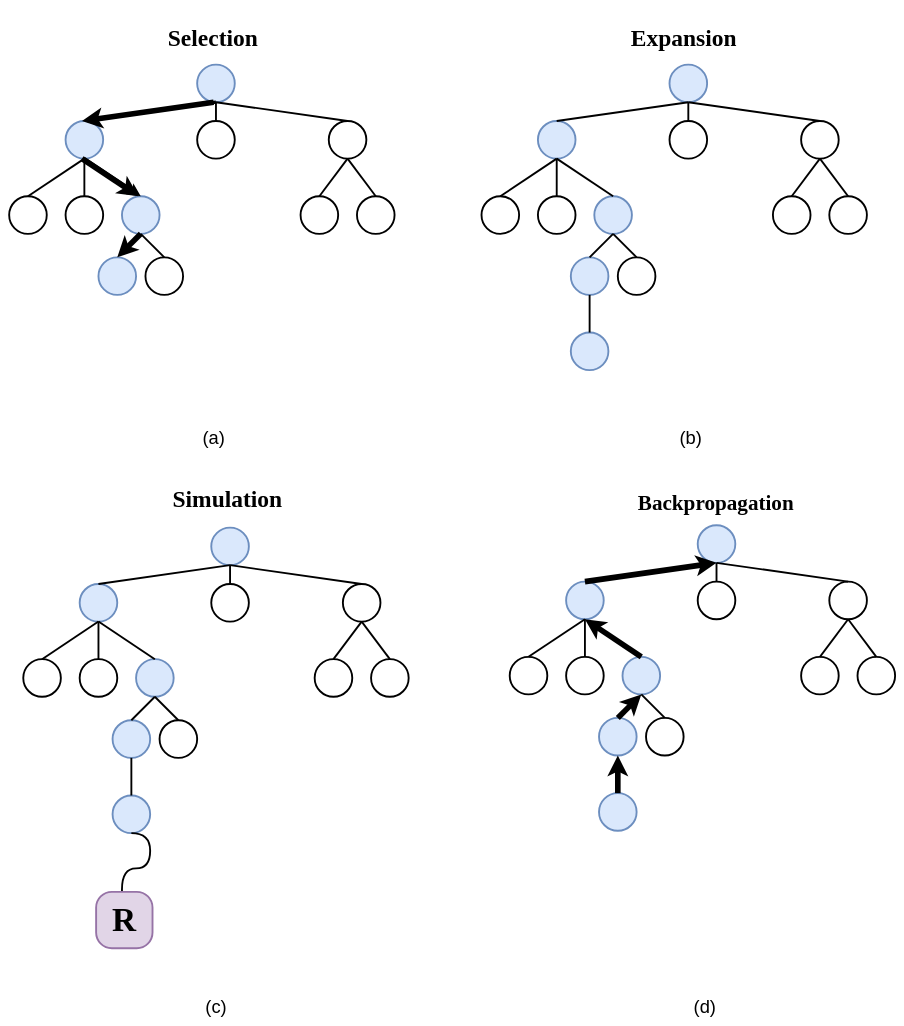
This is drafts/mcts.drawio from peiyong-addwater/QAS, a draw.io file, before an edit. Source tidied: cells renumbered, new cells numbered last; positions are measured from the earlier drawing's top-left corner, leaving out a move shared by most shapes. Both pictures are drawn from the tidied source at 47%, with x=0, y=0 at pixel (9, 13).
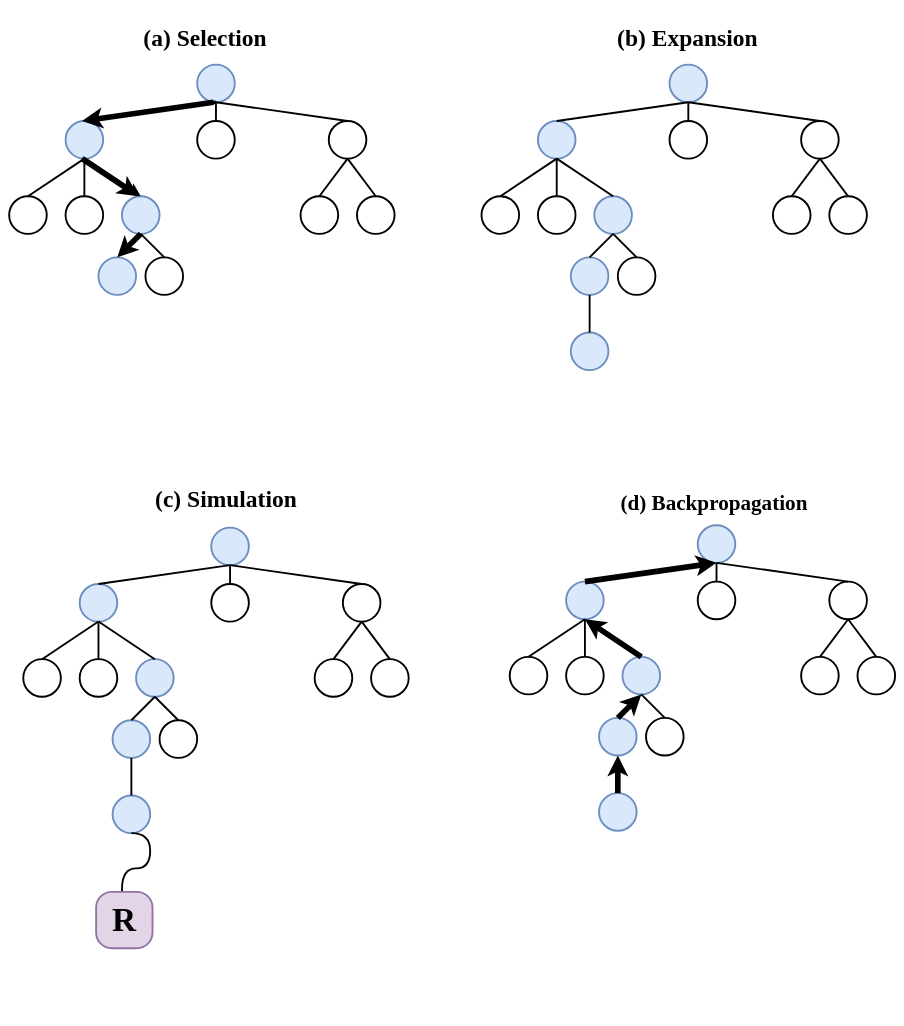
The same diagram, later.

The edit, as a diff of the source:
```diff
@@
-    <mxCell id="93" value="&lt;h1 style=&quot;font-size: 50px;&quot;&gt;&lt;font style=&quot;font-size: 50px;&quot; face=&quot;Times New Roman&quot;&gt;Selection&lt;/font&gt;&lt;/h1&gt;" style="text;html=1;strokeColor=none;fillColor=none;spacing=5;spacingTop=-20;whiteSpace=wrap;overflow=hidden;rounded=0;fontSize=50;" parent="1" vertex="1">
-      <mxGeometry x="332.5" width="215" height="90" as="geometry" />
+    <mxCell id="93" value="&lt;h1 style=&quot;font-size: 50px;&quot;&gt;&lt;font style=&quot;font-size: 50px;&quot; face=&quot;Times New Roman&quot;&gt;(a) Selection&lt;/font&gt;&lt;/h1&gt;" style="text;html=1;strokeColor=none;fillColor=none;spacing=5;spacingTop=-20;whiteSpace=wrap;overflow=hidden;rounded=0;fontSize=50;" parent="1" vertex="1">
+      <mxGeometry x="281.2" width="317.5" height="90" as="geometry" />
     </mxCell>
-    <mxCell id="94" value="&lt;h1 style=&quot;font-size: 50px;&quot;&gt;&lt;font style=&quot;font-size: 50px;&quot; face=&quot;Times New Roman&quot;&gt;Expansion&lt;/font&gt;&lt;/h1&gt;" style="text;html=1;strokeColor=none;fillColor=none;spacing=5;spacingTop=-20;whiteSpace=wrap;overflow=hidden;rounded=0;fontSize=50;" parent="1" vertex="1">
-      <mxGeometry x="1317.5" width="255" height="90" as="geometry" />
+    <mxCell id="94" value="&lt;h1 style=&quot;font-size: 50px;&quot;&gt;&lt;font style=&quot;font-size: 50px;&quot; face=&quot;Times New Roman&quot;&gt;(b) Expansion&lt;/font&gt;&lt;/h1&gt;" style="text;html=1;strokeColor=none;fillColor=none;spacing=5;spacingTop=-20;whiteSpace=wrap;overflow=hidden;rounded=0;fontSize=50;" parent="1" vertex="1">
+      <mxGeometry x="1288.8" width="312.5" height="90" as="geometry" />
     </mxCell>
-    <mxCell id="95" value="&lt;h1 style=&quot;font-size: 50px;&quot;&gt;&lt;font style=&quot;font-size: 50px;&quot; face=&quot;Times New Roman&quot;&gt;Simulation&lt;/font&gt;&lt;/h1&gt;" style="text;html=1;strokeColor=none;fillColor=none;spacing=5;spacingTop=-20;whiteSpace=wrap;overflow=hidden;rounded=0;fontSize=50;" parent="1" vertex="1">
-      <mxGeometry x="342.5" y="980" width="255" height="100" as="geometry" />
+    <mxCell id="95" value="&lt;h1 style=&quot;font-size: 50px;&quot;&gt;&lt;font style=&quot;font-size: 50px;&quot; face=&quot;Times New Roman&quot;&gt;(c) Simulation&lt;/font&gt;&lt;/h1&gt;" style="text;html=1;strokeColor=none;fillColor=none;spacing=5;spacingTop=-20;whiteSpace=wrap;overflow=hidden;rounded=0;fontSize=50;" parent="1" vertex="1">
+      <mxGeometry x="306.2" y="980" width="327.5" height="100" as="geometry" />
     </mxCell>
-    <mxCell id="96" value="&lt;h1&gt;&lt;font style=&quot;font-size: 45px&quot; face=&quot;Times New Roman&quot;&gt;Backpropagation&lt;/font&gt;&lt;/h1&gt;" style="text;html=1;strokeColor=none;fillColor=none;spacing=5;spacingTop=-20;whiteSpace=wrap;overflow=hidden;rounded=0;" parent="1" vertex="1">
-      <mxGeometry x="1332.5" y="1010" width="345" height="60" as="geometry" />
+    <mxCell id="96" value="&lt;h1&gt;&lt;font style=&quot;font-size: 45px&quot; face=&quot;Times New Roman&quot;&gt;(d) Backpropagation&lt;/font&gt;&lt;/h1&gt;" style="text;html=1;strokeColor=none;fillColor=none;spacing=5;spacingTop=-20;whiteSpace=wrap;overflow=hidden;rounded=0;" parent="1" vertex="1">
+      <mxGeometry x="1296.2" y="1010" width="417.5" height="60" as="geometry" />
     </mxCell>
@@
-    <mxCell id="100" value="(a)" style="text;html=1;align=center;verticalAlign=middle;strokeColor=none;fillColor=none;fontSize=39;" parent="1" vertex="1">
-      <mxGeometry x="405" y="880" width="60" height="50" as="geometry" />
-    </mxCell>
-    <mxCell id="101" value="(b)" style="text;html=1;align=center;verticalAlign=middle;strokeColor=none;fillColor=none;fontSize=39;" parent="1" vertex="1">
-      <mxGeometry x="1420" y="880" width="60" height="50" as="geometry" />
-    </mxCell>
-    <mxCell id="102" value="(c)" style="text;html=1;align=center;verticalAlign=middle;strokeColor=none;fillColor=none;fontSize=39;" parent="1" vertex="1">
-      <mxGeometry x="410" y="2090" width="60" height="50" as="geometry" />
-    </mxCell>
-    <mxCell id="103" value="(d)" style="text;html=1;align=center;verticalAlign=middle;strokeColor=none;fillColor=none;fontSize=39;" parent="1" vertex="1">
-      <mxGeometry x="1450" y="2090" width="60" height="50" as="geometry" />
-    </mxCell>
```
